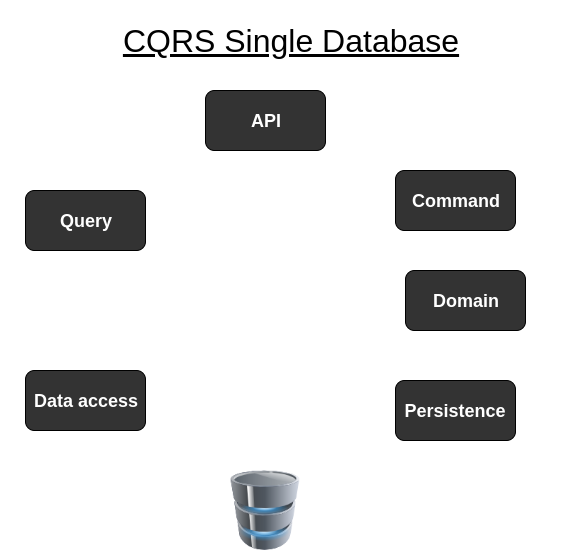
CharlesDustinSmith/ASP-Core-React keeps this draw.io diagram as CQRS-Single-Database.png. Above is the earlier version. Source tidied: cells renumbered, new cells last; positions are measured from the earlier drawing's top-left corner, leaving out a move shared by most shapes.
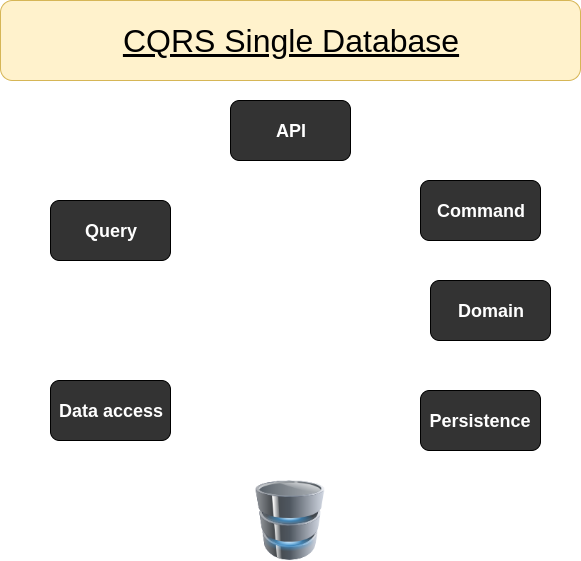
The same file after the commit.

The edit, as a diff of the source:
```diff
@@ -23,8 +23,8 @@
     <mxCell id="8" value="&lt;font color=&quot;#ffffff&quot; style=&quot;font-size: 18px&quot;&gt;&lt;b&gt;Domain&lt;/b&gt;&lt;/font&gt;" style="rounded=1;whiteSpace=wrap;html=1;fillColor=#333333;" parent="1" vertex="1">
       <mxGeometry x="405" y="270" width="120" height="60" as="geometry" />
     </mxCell>
-    <mxCell id="9" value="&lt;font style=&quot;font-size: 32px&quot;&gt;&lt;u&gt;CQRS Single Database&lt;/u&gt;&lt;/font&gt;" style="text;html=1;strokeColor=none;fillColor=none;align=center;verticalAlign=middle;whiteSpace=wrap;rounded=0;" parent="1" vertex="1">
-      <mxGeometry width="580" height="80" as="geometry" />
+    <mxCell id="9" value="&lt;font style=&quot;font-size: 32px&quot;&gt;&lt;u&gt;CQRS Single Database&lt;/u&gt;&lt;/font&gt;" style="text;html=1;strokeColor=#d6b656;fillColor=#fff2cc;align=center;verticalAlign=middle;whiteSpace=wrap;rounded=1;" parent="1" vertex="1">
+      <mxGeometry x="-25" y="-10" width="580" height="80" as="geometry" />
     </mxCell>
   </root>
 </mxGraphModel>
```
